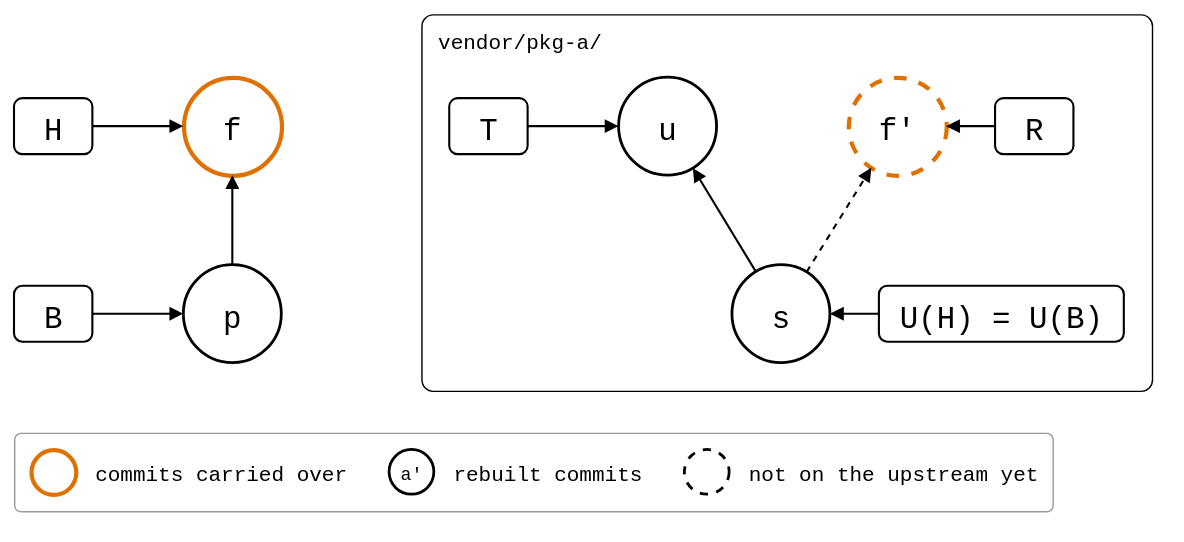
This is git-splice/test/walkthrough/diverged.drawio.svg from roschaefer/episodes, a draw.io export, as it was before one commit. Source tidied: cells renumbered, new cells last; positions are measured from the earlier drawing's top-left corner, leaving out a move shared by most shapes.
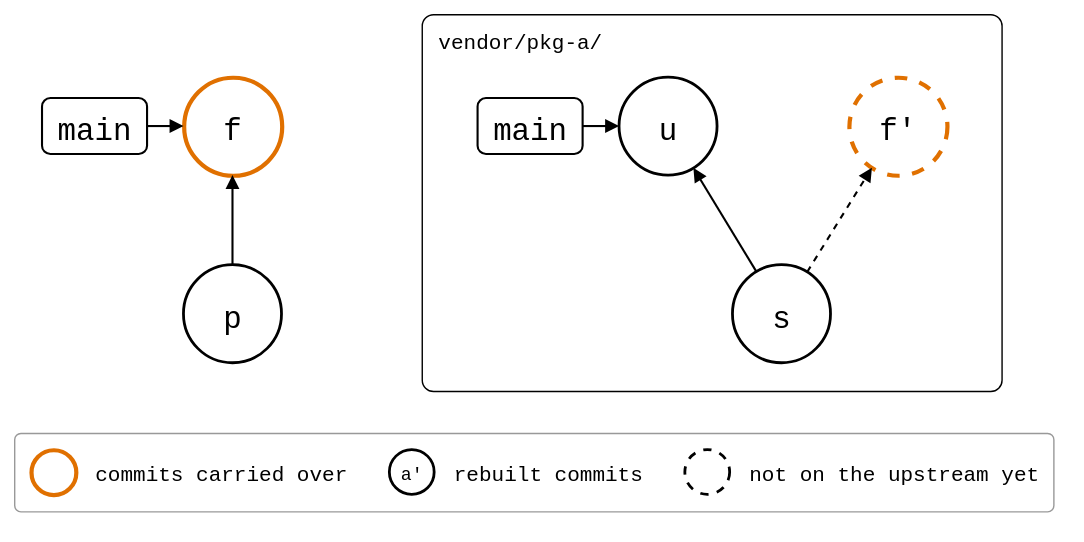
The same diagram one commit later.

What changed in the source:
```diff
@@ -3,7 +3,7 @@
     <mxCell id="0" />
     <mxCell id="1" parent="0" />
     <mxCell id="2" value="vendor/pkg-a/" style="rounded=1;arcSize=3;fillColor=none;strokeWidth=1;fontSize=15;verticalAlign=top;align=left;spacingLeft=10;spacingTop=4;fontFamily=Roboto Mono,monospace;" parent="1" vertex="1">
-      <mxGeometry x="291" width="522" height="269" as="geometry" />
+      <mxGeometry x="291" width="414" height="269" as="geometry" />
     </mxCell>
     <mxCell id="3" value="p" style="ellipse;strokeWidth=2;fontSize=22;fontFamily=Roboto Mono,monospace;" parent="1" vertex="1">
       <mxGeometry x="121" y="179" width="70" height="70" as="geometry" />
@@ -20,21 +20,12 @@
     <mxCell id="7" value="f'" style="ellipse;fontSize=22;fontFamily=Roboto Mono,monospace;dashed=1;strokeColor=#E07000;strokeWidth=3;" parent="1" vertex="1">
       <mxGeometry x="596" y="45" width="70" height="70" as="geometry" />
     </mxCell>
-    <mxCell id="8" value="H" style="rounded=1;strokeWidth=1.5;fontSize=22;fontFamily=Roboto Mono,monospace;" parent="1" vertex="1">
-      <mxGeometry y="60" width="56" height="40" as="geometry" />
+    <mxCell id="8" value="main" style="rounded=1;strokeWidth=1.5;fontSize=22;fontFamily=Roboto Mono,monospace;" parent="1" vertex="1">
+      <mxGeometry x="20" y="60" width="75" height="40" as="geometry" />
     </mxCell>
-    <mxCell id="9" value="B" style="rounded=1;strokeWidth=1.5;fontSize=22;fontFamily=Roboto Mono,monospace;" parent="1" vertex="1">
-      <mxGeometry y="194" width="56" height="40" as="geometry" />
-    </mxCell>
-    <mxCell id="10" value="T" style="rounded=1;strokeWidth=1.5;fontSize=22;fontFamily=Roboto Mono,monospace;" parent="1" vertex="1">
-      <mxGeometry x="311" y="60" width="56" height="40" as="geometry" />
+    <mxCell id="10" value="main" style="rounded=1;strokeWidth=1.5;fontSize=22;fontFamily=Roboto Mono,monospace;" parent="1" vertex="1">
+      <mxGeometry x="331" y="60" width="75" height="40" as="geometry" />
     </mxCell>
-    <mxCell id="11" value="R" style="rounded=1;strokeWidth=1.5;fontSize=22;fontFamily=Roboto Mono,monospace;" parent="1" vertex="1">
-      <mxGeometry x="701" y="60" width="56" height="40" as="geometry" />
-    </mxCell>
-    <mxCell id="12" value="U(H) = U(B)" style="rounded=1;strokeWidth=1.5;fontSize=22;fontFamily=Roboto Mono,monospace;" parent="1" vertex="1">
-      <mxGeometry x="618" y="194" width="175" height="40" as="geometry" />
-    </mxCell>
     <mxCell id="13" style="endArrow=block;endFill=1;html=1;strokeWidth=1.5;rounded=0;" parent="1" edge="1" source="3" target="4">
       <mxGeometry relative="1" as="geometry" />
     </mxCell>
@@ -47,18 +38,9 @@
     <mxCell id="16" style="endArrow=block;endFill=1;html=1;strokeWidth=1.5;rounded=0;" parent="1" edge="1" source="8" target="4">
       <mxGeometry relative="1" as="geometry" />
     </mxCell>
-    <mxCell id="17" style="endArrow=block;endFill=1;html=1;strokeWidth=1.5;rounded=0;" parent="1" edge="1" source="9" target="3">
-      <mxGeometry relative="1" as="geometry" />
-    </mxCell>
     <mxCell id="18" style="endArrow=block;endFill=1;html=1;strokeWidth=1.5;rounded=0;" parent="1" edge="1" source="10" target="6">
       <mxGeometry relative="1" as="geometry" />
     </mxCell>
-    <mxCell id="19" style="endArrow=block;endFill=1;html=1;strokeWidth=1.5;rounded=0;" parent="1" edge="1" source="11" target="7">
-      <mxGeometry relative="1" as="geometry" />
-    </mxCell>
-    <mxCell id="20" style="endArrow=block;endFill=1;html=1;strokeWidth=1.5;rounded=0;" parent="1" edge="1" source="12" target="5">
-      <mxGeometry relative="1" as="geometry" />
-    </mxCell>
     <mxCell id="21" style="rounded=1;arcSize=8;fillColor=none;strokeColor=#999999;strokeWidth=1;legend=1;" parent="1" vertex="1">
       <mxGeometry y="299" width="742" height="56" as="geometry" />
     </mxCell>
```
